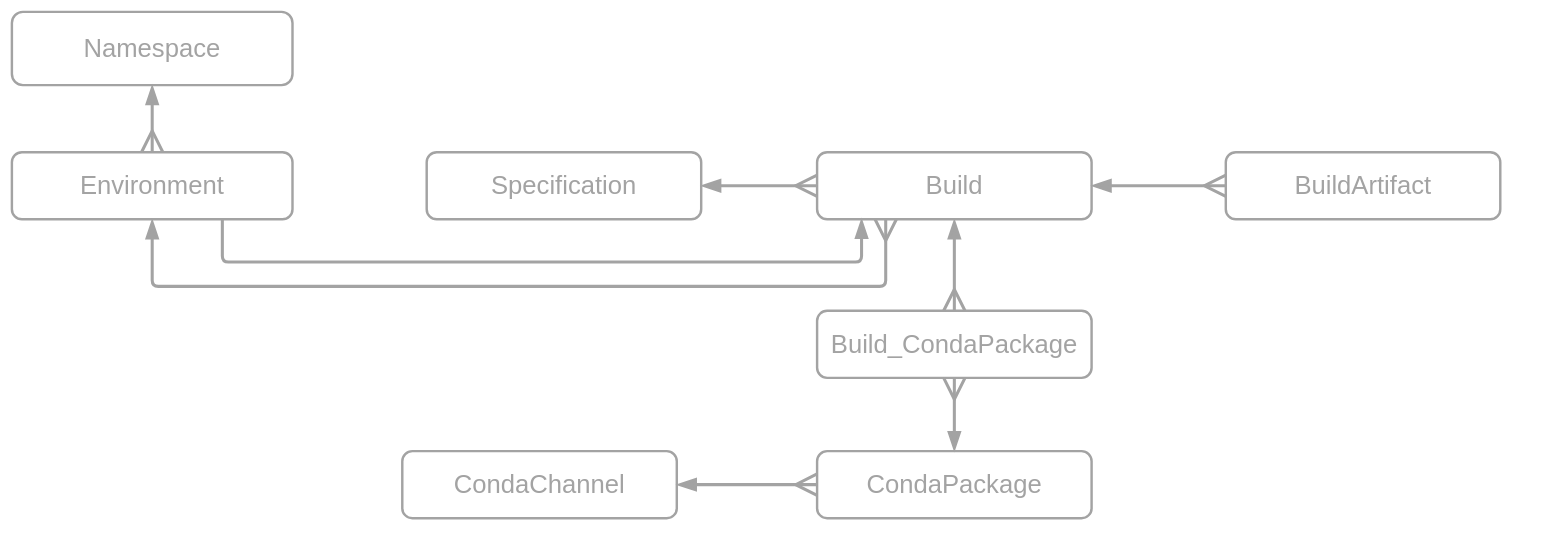
Before: docs/diagrams_sources/conda-store-database-architecture.drawio in conda-incubator/conda-store, a draw.io diagram. Source tidied: cells renumbered, new cells numbered last; positions are measured from the earlier drawing's top-left corner, leaving out a move shared by most shapes. Both pictures are drawn from the tidied source at 61%, with x=0, y=0 at pixel (12, 12).
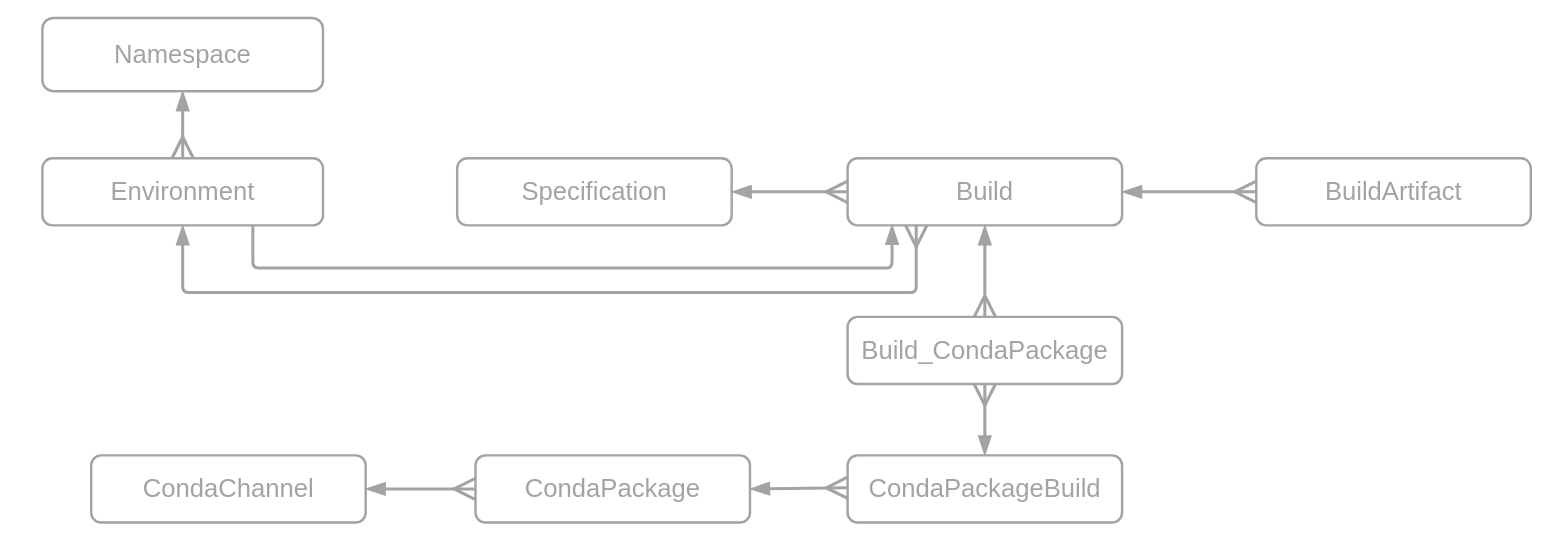
The same diagram, later.

Commit message (it also covers changes not shown here):
new DB architecture diagram

The edit, as a diff of the source:
```diff
@@
+    <mxCell id="18" style="group;" parent="1" vertex="1">
+      <mxGeometry x="50" y="10" width="2440" height="827" as="geometry" />
+    </mxCell>
-    <mxCell id="2" value="&lt;font style=&quot;font-size: 42px;&quot;&gt;Namespace&lt;/font&gt;" style="rounded=1;whiteSpace=wrap;html=1;strokeColor=#A3A3A3;fontSize=42;labelBackgroundColor=none;fillColor=none;strokeWidth=4;fontColor=#A3A3A3;verticalAlign=middle;" parent="1" vertex="1">
+    <mxCell id="2" value="&lt;font style=&quot;font-size: 42px;&quot;&gt;Namespace&lt;/font&gt;" style="rounded=1;whiteSpace=wrap;html=1;strokeColor=#A3A3A3;fontSize=42;labelBackgroundColor=none;fillColor=default;strokeWidth=4;fontColor=#A3A3A3;verticalAlign=middle;" parent="18" vertex="1">
       <mxGeometry width="460" height="120" as="geometry" />
     </mxCell>
-    <mxCell id="3" style="edgeStyle=orthogonalEdgeStyle;rounded=1;jettySize=auto;html=1;exitX=0.75;exitY=1;exitDx=0;exitDy=0;entryX=0.162;entryY=0.993;entryDx=0;entryDy=0;strokeColor=#A3A3A3;strokeWidth=5;fontSize=42;fontColor=#A3A3A3;startArrow=none;startFill=0;endArrow=blockThin;endFill=1;startSize=29;endSize=20;sourcePerimeterSpacing=0;targetPerimeterSpacing=0;entryPerimeter=0;" parent="1" edge="1" source="4" target="7">
-      <mxGeometry relative="1" as="geometry">
-        <Array as="points">
-          <mxPoint x="345" y="410" />
-          <mxPoint x="1393" y="410" />
-        </Array>
-      </mxGeometry>
-    </mxCell>
-    <mxCell id="4" value="&lt;font style=&quot;font-size: 42px;&quot;&gt;Environment&lt;/font&gt;" style="rounded=1;whiteSpace=wrap;html=1;strokeColor=#A3A3A3;fontSize=42;labelBackgroundColor=none;fillColor=none;strokeWidth=4;fontColor=#A3A3A3;verticalAlign=middle;" parent="1" vertex="1">
+    <mxCell id="4" value="&lt;font style=&quot;font-size: 42px;&quot;&gt;Environment&lt;/font&gt;" style="rounded=1;whiteSpace=wrap;html=1;strokeColor=#A3A3A3;fontSize=42;labelBackgroundColor=none;fillColor=default;strokeWidth=4;fontColor=#A3A3A3;verticalAlign=middle;" parent="18" vertex="1">
       <mxGeometry y="230" width="460" height="110" as="geometry" />
     </mxCell>
-    <mxCell id="5" value="&lt;font style=&quot;font-size: 42px;&quot;&gt;Specification&lt;/font&gt;" style="rounded=1;whiteSpace=wrap;html=1;strokeColor=#A3A3A3;fontSize=42;labelBackgroundColor=none;fillColor=none;strokeWidth=4;fontColor=#A3A3A3;verticalAlign=middle;" parent="1" vertex="1">
+    <mxCell id="5" value="&lt;font style=&quot;font-size: 42px;&quot;&gt;Specification&lt;/font&gt;" style="rounded=1;whiteSpace=wrap;html=1;strokeColor=#A3A3A3;fontSize=42;labelBackgroundColor=none;fillColor=default;strokeWidth=4;fontColor=#A3A3A3;verticalAlign=middle;" parent="18" vertex="1">
       <mxGeometry x="680" y="230" width="450" height="110" as="geometry" />
     </mxCell>
-    <mxCell id="6" style="edgeStyle=orthogonalEdgeStyle;rounded=1;jettySize=auto;html=1;exitX=0.25;exitY=1;exitDx=0;exitDy=0;entryX=0.5;entryY=1;entryDx=0;entryDy=0;strokeColor=#A3A3A3;strokeWidth=5;fontSize=42;fontColor=#A3A3A3;startArrow=ERmany;startFill=0;endArrow=blockThin;endFill=1;startSize=29;endSize=20;sourcePerimeterSpacing=0;targetPerimeterSpacing=0;" parent="1" edge="1" source="7" target="4">
+    <mxCell id="6" style="edgeStyle=orthogonalEdgeStyle;rounded=1;jettySize=auto;html=1;exitX=0.25;exitY=1;exitDx=0;exitDy=0;entryX=0.5;entryY=1;entryDx=0;entryDy=0;strokeColor=#A3A3A3;strokeWidth=5;fontSize=42;fontColor=#A3A3A3;startArrow=ERmany;startFill=0;endArrow=blockThin;endFill=1;startSize=29;endSize=20;sourcePerimeterSpacing=0;targetPerimeterSpacing=0;" parent="18" edge="1" source="7" target="4">
       <mxGeometry relative="1" as="geometry">
         <Array as="points">
           <mxPoint x="1432" y="450" />
           <mxPoint x="230" y="450" />
         </Array>
       </mxGeometry>
     </mxCell>
-    <mxCell id="7" value="&lt;font style=&quot;font-size: 42px;&quot;&gt;Build&lt;/font&gt;" style="rounded=1;whiteSpace=wrap;html=1;strokeColor=#A3A3A3;fontSize=42;labelBackgroundColor=none;fillColor=none;strokeWidth=4;fontColor=#A3A3A3;verticalAlign=middle;" parent="1" vertex="1">
+    <mxCell id="7" value="&lt;font style=&quot;font-size: 42px;&quot;&gt;Build&lt;/font&gt;" style="rounded=1;whiteSpace=wrap;html=1;strokeColor=#A3A3A3;fontSize=42;labelBackgroundColor=none;fillColor=default;strokeWidth=4;fontColor=#A3A3A3;verticalAlign=middle;" parent="18" vertex="1">
       <mxGeometry x="1320" y="230" width="450" height="110" as="geometry" />
     </mxCell>
-    <mxCell id="8" value="&lt;font style=&quot;font-size: 42px;&quot;&gt;BuildArtifact&lt;/font&gt;" style="rounded=1;whiteSpace=wrap;html=1;strokeColor=#A3A3A3;fontSize=42;labelBackgroundColor=none;fillColor=none;strokeWidth=4;fontColor=#A3A3A3;verticalAlign=middle;" parent="1" vertex="1">
+    <mxCell id="8" value="&lt;font style=&quot;font-size: 42px;&quot;&gt;BuildArtifact&lt;/font&gt;" style="rounded=1;whiteSpace=wrap;html=1;strokeColor=#A3A3A3;fontSize=42;labelBackgroundColor=none;fillColor=default;strokeWidth=4;fontColor=#A3A3A3;verticalAlign=middle;" parent="18" vertex="1">
       <mxGeometry x="1990" y="230" width="450" height="110" as="geometry" />
     </mxCell>
-    <mxCell id="9" value="&lt;font style=&quot;font-size: 42px;&quot;&gt;Build_CondaPackage&lt;/font&gt;" style="rounded=1;whiteSpace=wrap;html=1;strokeColor=#A3A3A3;fontSize=42;labelBackgroundColor=none;fillColor=none;strokeWidth=4;fontColor=#A3A3A3;verticalAlign=middle;" parent="1" vertex="1">
+    <mxCell id="9" value="&lt;font style=&quot;font-size: 42px;&quot;&gt;Build_CondaPackage&lt;/font&gt;" style="rounded=1;whiteSpace=wrap;html=1;strokeColor=#A3A3A3;fontSize=42;labelBackgroundColor=none;fillColor=default;strokeWidth=4;fontColor=#A3A3A3;verticalAlign=middle;" parent="18" vertex="1">
       <mxGeometry x="1320" y="490" width="450" height="110" as="geometry" />
     </mxCell>
-    <mxCell id="10" value="&lt;font style=&quot;font-size: 42px;&quot;&gt;CondaPackage&lt;/font&gt;" style="rounded=1;whiteSpace=wrap;html=1;strokeColor=#A3A3A3;fontSize=42;labelBackgroundColor=none;fillColor=none;strokeWidth=4;fontColor=#A3A3A3;verticalAlign=middle;" parent="1" vertex="1">
-      <mxGeometry x="1320" y="720" width="450" height="110" as="geometry" />
+    <mxCell id="10" value="&lt;font style=&quot;font-size: 42px;&quot;&gt;CondaPackage&lt;/font&gt;" style="rounded=1;whiteSpace=wrap;html=1;strokeColor=#A3A3A3;fontSize=42;labelBackgroundColor=none;fillColor=default;strokeWidth=4;fontColor=#A3A3A3;verticalAlign=middle;" parent="18" vertex="1">
+      <mxGeometry x="710" y="717" width="450" height="110" as="geometry" />
     </mxCell>
-    <mxCell id="11" value="&lt;font style=&quot;font-size: 42px;&quot;&gt;CondaChannel&lt;/font&gt;" style="rounded=1;whiteSpace=wrap;html=1;strokeColor=#A3A3A3;fontSize=42;labelBackgroundColor=none;fillColor=none;strokeWidth=4;fontColor=#A3A3A3;verticalAlign=middle;" parent="1" vertex="1">
-      <mxGeometry x="640" y="720" width="450" height="110" as="geometry" />
+    <mxCell id="11" value="&lt;font style=&quot;font-size: 42px;&quot;&gt;CondaChannel&lt;/font&gt;" style="rounded=1;whiteSpace=wrap;html=1;strokeColor=#A3A3A3;fontSize=42;labelBackgroundColor=none;fillColor=default;strokeWidth=4;fontColor=#A3A3A3;verticalAlign=middle;" parent="18" vertex="1">
+      <mxGeometry x="80" y="717" width="450" height="110" as="geometry" />
     </mxCell>
-    <mxCell id="12" style="endArrow=blockThin;html=1;rounded=0;fontSize=42;fontColor=#A3A3A3;exitX=0.5;exitY=0;exitDx=0;exitDy=0;entryX=0.5;entryY=1;entryDx=0;entryDy=0;strokeColor=#A3A3A3;endFill=1;startSize=29;endSize=20;strokeWidth=5;startArrow=ERmany;startFill=0;targetPerimeterSpacing=0;sourcePerimeterSpacing=0;" parent="1" edge="1" source="4" target="2">
+    <mxCell id="12" style="endArrow=blockThin;html=1;rounded=0;fontSize=42;fontColor=#A3A3A3;exitX=0.5;exitY=0;exitDx=0;exitDy=0;entryX=0.5;entryY=1;entryDx=0;entryDy=0;strokeColor=#A3A3A3;endFill=1;startSize=29;endSize=20;strokeWidth=5;startArrow=ERmany;startFill=0;targetPerimeterSpacing=0;sourcePerimeterSpacing=0;" parent="18" edge="1" source="4" target="2">
       <mxGeometry relative="1" as="geometry" />
     </mxCell>
+    <mxCell id="3" style="edgeStyle=orthogonalEdgeStyle;rounded=1;jettySize=auto;html=1;exitX=0.75;exitY=1;exitDx=0;exitDy=0;entryX=0.162;entryY=0.993;entryDx=0;entryDy=0;strokeColor=#A3A3A3;strokeWidth=5;fontSize=42;fontColor=#A3A3A3;startArrow=none;startFill=0;endArrow=blockThin;endFill=1;startSize=29;endSize=20;sourcePerimeterSpacing=0;targetPerimeterSpacing=0;entryPerimeter=0;" parent="18" edge="1" source="4" target="7">
+      <mxGeometry relative="1" as="geometry">
+        <Array as="points">
+          <mxPoint x="345" y="410" />
+          <mxPoint x="1393" y="410" />
+        </Array>
+      </mxGeometry>
+    </mxCell>
-    <mxCell id="13" style="endArrow=blockThin;html=1;rounded=0;fontSize=42;fontColor=#A3A3A3;exitX=0;exitY=0.5;exitDx=0;exitDy=0;entryX=1;entryY=0.5;entryDx=0;entryDy=0;strokeColor=#A3A3A3;endFill=1;startSize=29;endSize=20;strokeWidth=5;startArrow=ERmany;startFill=0;targetPerimeterSpacing=0;sourcePerimeterSpacing=0;" parent="1" edge="1" source="7" target="5">
+    <mxCell id="13" style="endArrow=blockThin;html=1;rounded=0;fontSize=42;fontColor=#A3A3A3;exitX=0;exitY=0.5;exitDx=0;exitDy=0;entryX=1;entryY=0.5;entryDx=0;entryDy=0;strokeColor=#A3A3A3;endFill=1;startSize=29;endSize=20;strokeWidth=5;startArrow=ERmany;startFill=0;targetPerimeterSpacing=0;sourcePerimeterSpacing=0;" parent="18" edge="1" source="7" target="5">
       <mxGeometry relative="1" as="geometry" />
     </mxCell>
-    <mxCell id="14" style="endArrow=blockThin;html=1;rounded=0;fontSize=42;fontColor=#A3A3A3;exitX=0;exitY=0.5;exitDx=0;exitDy=0;entryX=1;entryY=0.5;entryDx=0;entryDy=0;strokeColor=#A3A3A3;endFill=1;startSize=29;endSize=20;strokeWidth=5;startArrow=ERmany;startFill=0;targetPerimeterSpacing=0;sourcePerimeterSpacing=0;" parent="1" edge="1" source="8" target="7">
+    <mxCell id="14" style="endArrow=blockThin;html=1;rounded=0;fontSize=42;fontColor=#A3A3A3;exitX=0;exitY=0.5;exitDx=0;exitDy=0;entryX=1;entryY=0.5;entryDx=0;entryDy=0;strokeColor=#A3A3A3;endFill=1;startSize=29;endSize=20;strokeWidth=5;startArrow=ERmany;startFill=0;targetPerimeterSpacing=0;sourcePerimeterSpacing=0;" parent="18" edge="1" source="8" target="7">
       <mxGeometry relative="1" as="geometry" />
     </mxCell>
-    <mxCell id="15" style="endArrow=blockThin;html=1;rounded=0;fontSize=42;fontColor=#A3A3A3;exitX=0.5;exitY=0;exitDx=0;exitDy=0;strokeColor=#A3A3A3;endFill=1;startSize=29;endSize=20;strokeWidth=5;startArrow=ERmany;startFill=0;targetPerimeterSpacing=0;sourcePerimeterSpacing=0;" parent="1" edge="1" source="9" target="7">
+    <mxCell id="15" style="endArrow=blockThin;html=1;rounded=0;fontSize=42;fontColor=#A3A3A3;exitX=0.5;exitY=0;exitDx=0;exitDy=0;strokeColor=#A3A3A3;endFill=1;startSize=29;endSize=20;strokeWidth=5;startArrow=ERmany;startFill=0;targetPerimeterSpacing=0;sourcePerimeterSpacing=0;" parent="18" edge="1" source="9" target="7">
       <mxGeometry relative="1" as="geometry" />
     </mxCell>
-    <mxCell id="16" style="endArrow=blockThin;html=1;rounded=0;fontSize=42;fontColor=#A3A3A3;strokeColor=#A3A3A3;endFill=1;startSize=29;endSize=20;strokeWidth=5;startArrow=ERmany;startFill=0;targetPerimeterSpacing=0;sourcePerimeterSpacing=0;exitX=0.5;exitY=1;exitDx=0;exitDy=0;entryX=0.5;entryY=0;entryDx=0;entryDy=0;" parent="1" edge="1" source="9" target="10">
+    <mxCell id="16" style="endArrow=blockThin;html=1;rounded=0;fontSize=42;fontColor=#A3A3A3;strokeColor=#A3A3A3;endFill=1;startSize=29;endSize=20;strokeWidth=5;startArrow=ERmany;startFill=0;targetPerimeterSpacing=0;sourcePerimeterSpacing=0;exitX=0.5;exitY=1;exitDx=0;exitDy=0;entryX=0.5;entryY=0;entryDx=0;entryDy=0;" parent="18" edge="1" source="9" target="19">
       <mxGeometry relative="1" as="geometry" />
     </mxCell>
-    <mxCell id="17" style="endArrow=blockThin;html=1;rounded=0;fontSize=42;fontColor=#A3A3A3;exitX=0;exitY=0.5;exitDx=0;exitDy=0;entryX=1;entryY=0.5;entryDx=0;entryDy=0;strokeColor=#A3A3A3;endFill=1;startSize=29;endSize=20;strokeWidth=5;startArrow=ERmany;startFill=0;targetPerimeterSpacing=0;sourcePerimeterSpacing=0;" parent="1" edge="1" source="10" target="11">
+    <mxCell id="17" style="endArrow=blockThin;html=1;rounded=0;fontSize=42;fontColor=#A3A3A3;exitX=0;exitY=0.5;exitDx=0;exitDy=0;entryX=1;entryY=0.5;entryDx=0;entryDy=0;strokeColor=#A3A3A3;endFill=1;startSize=29;endSize=20;strokeWidth=5;startArrow=ERmany;startFill=0;targetPerimeterSpacing=0;sourcePerimeterSpacing=0;" parent="18" edge="1" source="10" target="11">
       <mxGeometry relative="1" as="geometry" />
     </mxCell>
+    <mxCell id="19" value="&lt;font style=&quot;font-size: 42px;&quot;&gt;CondaPackageBuild&lt;/font&gt;" style="rounded=1;whiteSpace=wrap;html=1;strokeColor=#A3A3A3;fontSize=42;labelBackgroundColor=none;fillColor=default;strokeWidth=4;fontColor=#A3A3A3;verticalAlign=middle;" parent="18" vertex="1">
+      <mxGeometry x="1320" y="717" width="450" height="110" as="geometry" />
+    </mxCell>
+    <mxCell id="20" style="endArrow=blockThin;html=1;rounded=0;fontSize=42;fontColor=#A3A3A3;entryX=1;entryY=0.5;entryDx=0;entryDy=0;strokeColor=#A3A3A3;endFill=1;startSize=29;endSize=20;strokeWidth=5;startArrow=ERmany;startFill=0;targetPerimeterSpacing=0;sourcePerimeterSpacing=0;" parent="18" edge="1" target="10">
+      <mxGeometry relative="1" as="geometry">
+        <mxPoint x="1320" y="770" as="sourcePoint" />
+      </mxGeometry>
+    </mxCell>
```
